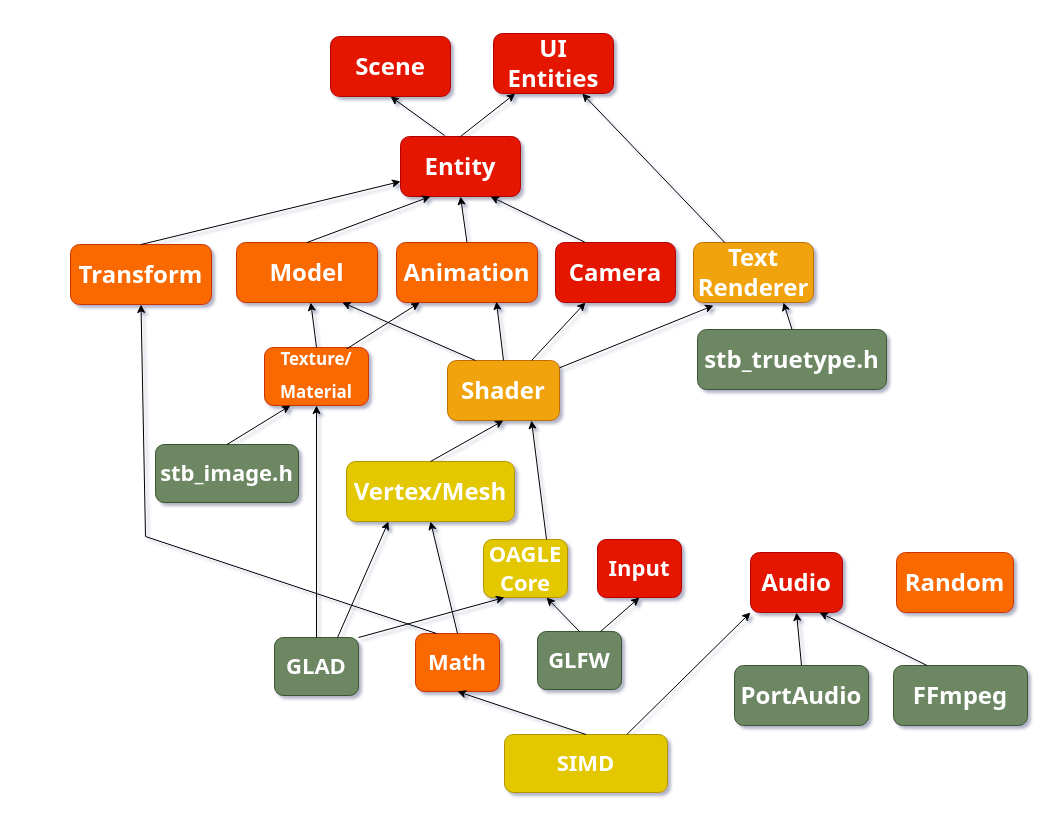
Earlier version of the draw.io diagram docs/structure.drawio (onart/OAGLE). Source tidied: cells renumbered, new cells numbered last; positions are measured from the earlier drawing's top-left corner, leaving out a move shared by most shapes. Both pictures are drawn from the tidied source at 100%, with x=0, y=0 at pixel (70, 33).
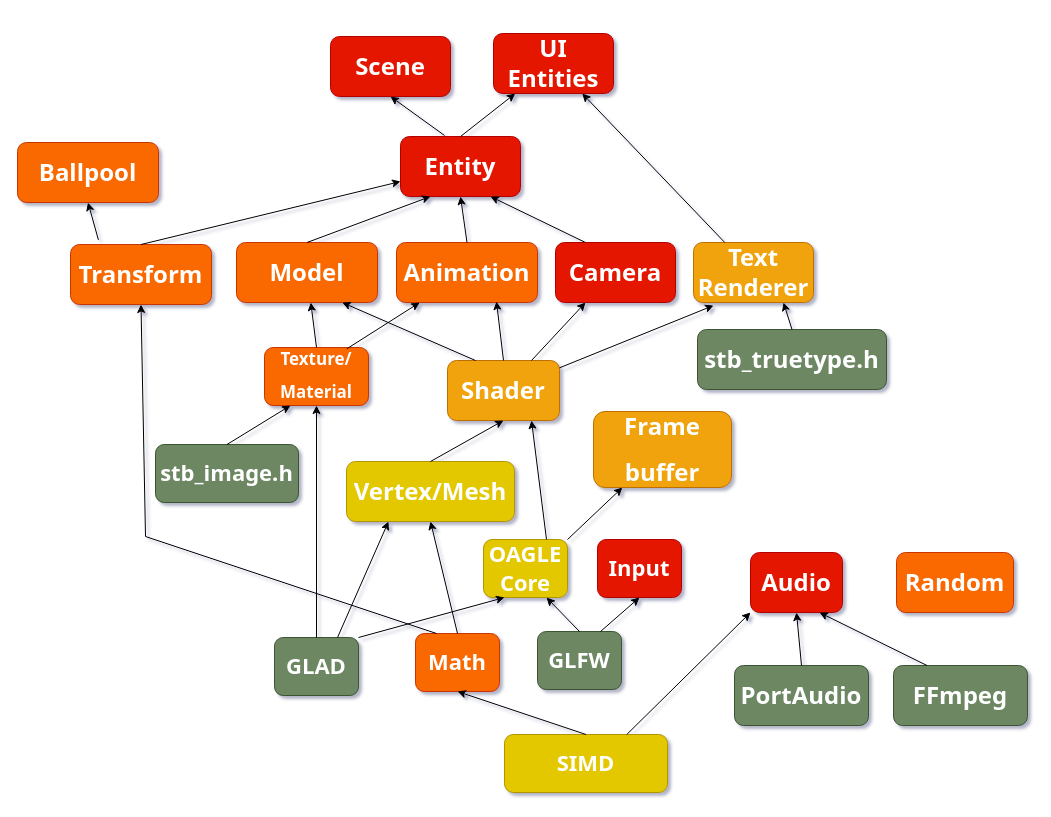
Above is the later version.

Unchanged cells that the change refers to:
```xml
<mxCell id="30" value="&lt;p style=&quot;line-height: 1&quot;&gt;&lt;/p&gt;&lt;h1&gt;&lt;font color=&quot;#ffffff&quot; face=&quot;Tahoma&quot; style=&quot;font-size: 22px&quot;&gt;OAGLE Core&lt;/font&gt;&lt;/h1&gt;&lt;p&gt;&lt;/p&gt;" style="rounded=1;whiteSpace=wrap;html=1;fillColor=#e3c800;fontColor=#000000;strokeColor=#B09500;" parent="1" vertex="1">
  <mxGeometry x="413" y="506" width="84" height="58" as="geometry" />
</mxCell>
<mxCell id="46" value="&lt;h1&gt;&lt;font color=&quot;#ffffff&quot; face=&quot;Tahoma&quot;&gt;Transform&lt;/font&gt;&lt;/h1&gt;" style="rounded=1;whiteSpace=wrap;html=1;fillColor=#fa6800;fontColor=#000000;strokeColor=#C73500;" parent="1" vertex="1">
  <mxGeometry y="211" width="141" height="60" as="geometry" />
</mxCell>
```

Change to the diagram source:
```diff
@@
+    <mxCell id="53" value="&lt;h1&gt;&lt;font color=&quot;#ffffff&quot; face=&quot;Tahoma&quot;&gt;Ballpool&lt;/font&gt;&lt;/h1&gt;" style="rounded=1;whiteSpace=wrap;html=1;fillColor=#fa6800;fontColor=#000000;strokeColor=#C73500;" parent="1" vertex="1">
+      <mxGeometry x="-53" y="109" width="141" height="60" as="geometry" />
+    </mxCell>
+    <mxCell id="54" style="endArrow=classic;html=1;rounded=0;exitX=0.198;exitY=-0.077;exitDx=0;exitDy=0;exitPerimeter=0;entryX=0.5;entryY=1;entryDx=0;entryDy=0;" parent="1" edge="1" source="46" target="53">
+      <mxGeometry relative="1" as="geometry" />
+    </mxCell>
+    <mxCell id="55" value="&lt;h1&gt;&lt;font color=&quot;#ffffff&quot; face=&quot;Tahoma&quot;&gt;Frame&lt;/font&gt;&lt;/h1&gt;&lt;h1&gt;&lt;font color=&quot;#ffffff&quot; face=&quot;Tahoma&quot;&gt;buffer&lt;/font&gt;&lt;/h1&gt;" style="rounded=1;whiteSpace=wrap;html=1;fillColor=#f0a30a;fontColor=#000000;strokeColor=#BD7000;" parent="1" vertex="1">
+      <mxGeometry x="523" y="378" width="138" height="76" as="geometry" />
+    </mxCell>
+    <mxCell id="56" style="endArrow=classic;html=1;rounded=0;exitX=1;exitY=0;exitDx=0;exitDy=0;" parent="1" edge="1" source="30" target="55">
+      <mxGeometry relative="1" as="geometry" />
+    </mxCell>
```
